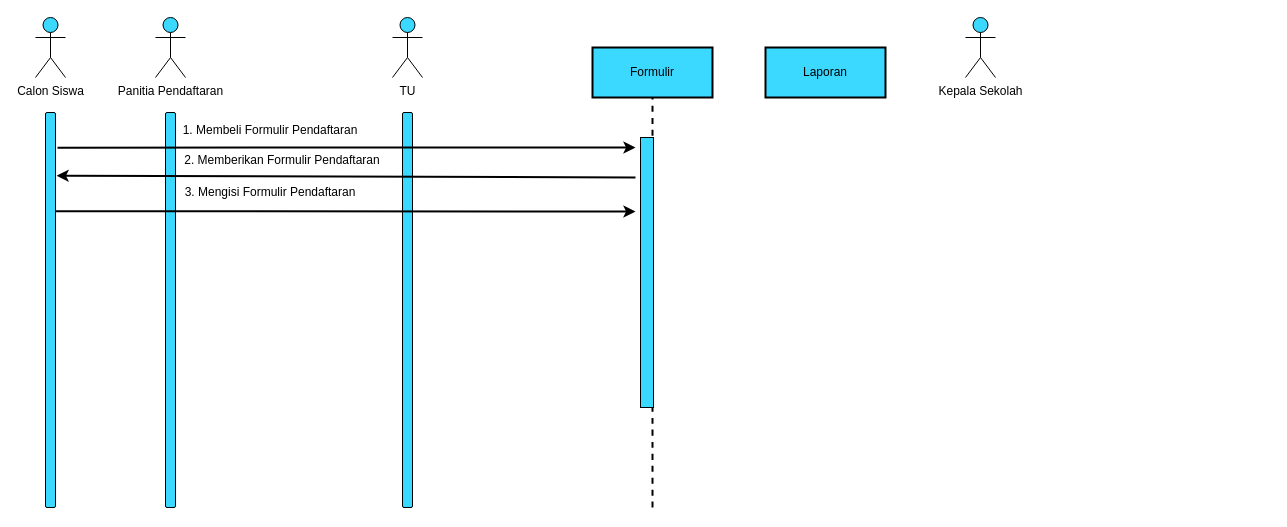
Before: sequence Diagram.drawio in danangsptro/register-vhs, a draw.io diagram. Source tidied: cells renumbered, new cells numbered last; positions are measured from the earlier drawing's top-left corner, leaving out a move shared by most shapes. Both pictures are drawn from the tidied source at 100%, with x=0, y=0 at pixel (-147, 17).
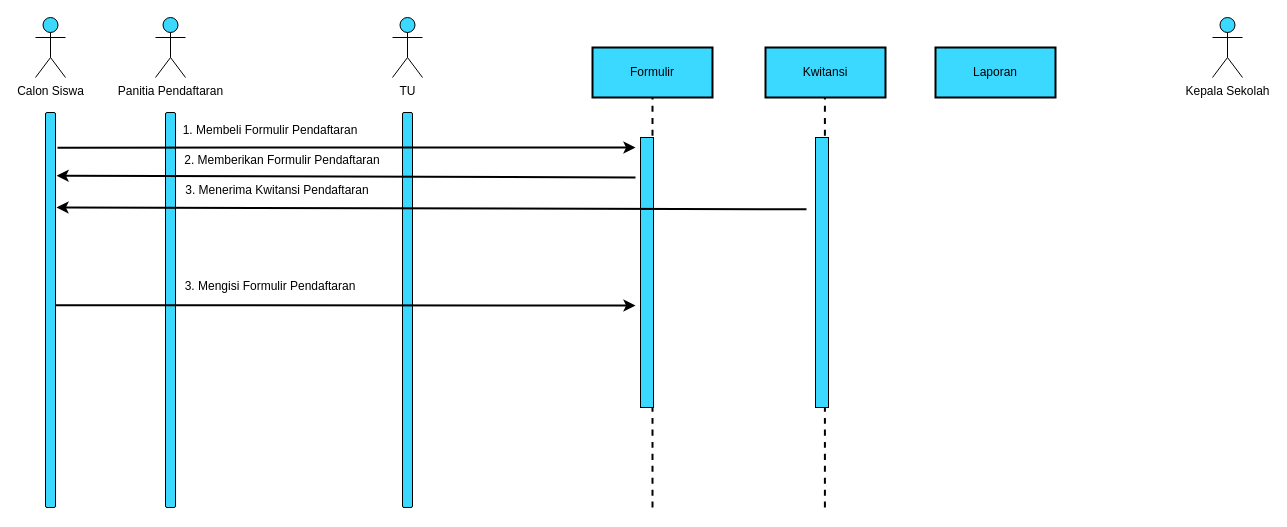
The same diagram, later.

The change refers to these unchanged cells:
```xml
<mxCell id="6" style="rounded=1;whiteSpace=wrap;html=1;fillColor=#3BD8FF;rotation=-90;" parent="1" vertex="1">
  <mxGeometry x="-0.5" y="287.5" width="395" height="10" as="geometry" />
</mxCell>
```

Diff of the diagram source:
```diff
@@
     <mxCell id="5" value="Kepala Sekolah" style="shape=umlActor;verticalLabelPosition=bottom;verticalAlign=top;html=1;fillColor=#3BD8FF;" parent="1" vertex="1">
-      <mxGeometry x="1112" width="30" height="60" as="geometry" />
+      <mxGeometry x="1359" width="30" height="60" as="geometry" />
     </mxCell>
@@
     <mxCell id="10" value="Laporan" style="rounded=0;whiteSpace=wrap;html=1;fillColor=#3BD8FF;strokeWidth=2;" parent="1" vertex="1">
-      <mxGeometry x="912" y="30" width="120" height="50" as="geometry" />
+      <mxGeometry x="1082" y="30" width="120" height="50" as="geometry" />
     </mxCell>
@@
-    <mxCell id="15" style="endArrow=classic;html=1;rounded=0;exitX=0.75;exitY=1;exitDx=0;exitDy=0;strokeWidth=2;" parent="1" edge="1" source="6">
+    <mxCell id="15" style="endArrow=classic;html=1;rounded=0;exitX=0.75;exitY=1;exitDx=0;exitDy=0;strokeWidth=2;" parent="1" edge="1">
       <mxGeometry relative="1" as="geometry">
-        <mxPoint x="782" y="194" as="targetPoint" />
+        <mxPoint x="202" y="287.8" as="sourcePoint" />
+        <mxPoint x="782" y="288" as="targetPoint" />
         <Array as="points">
-          <mxPoint x="742" y="194" />
+          <mxPoint x="742" y="288" />
         </Array>
       </mxGeometry>
     </mxCell>
@@
     <mxCell id="17" value="3. Mengisi Formulir Pendaftaran" style="text;html=1;strokeColor=none;fillColor=none;align=center;verticalAlign=middle;whiteSpace=wrap;rounded=0;" parent="1" vertex="1">
-      <mxGeometry x="307" y="160" width="220" height="30" as="geometry" />
+      <mxGeometry x="307" y="254" width="220" height="30" as="geometry" />
     </mxCell>
@@
+    <mxCell id="19" value="Kwitansi" style="rounded=0;whiteSpace=wrap;html=1;fillColor=#3BD8FF;strokeWidth=2;" parent="1" vertex="1">
+      <mxGeometry x="912" y="30" width="120" height="50" as="geometry" />
+    </mxCell>
+    <mxCell id="20" style="endArrow=none;dashed=1;html=1;strokeColor=default;strokeWidth=2;curved=1;entryX=0.5;entryY=1;entryDx=0;entryDy=0;" parent="1" edge="1">
+      <mxGeometry relative="1" as="geometry">
+        <mxPoint x="971.4" y="490" as="sourcePoint" />
+        <mxPoint x="971.4" y="80" as="targetPoint" />
+      </mxGeometry>
+    </mxCell>
+    <mxCell id="21" style="rounded=0;whiteSpace=wrap;html=1;strokeWidth=1;fillColor=#3BD8FF;" parent="1" vertex="1">
+      <mxGeometry x="962" y="120" width="13" height="270" as="geometry" />
+    </mxCell>
+    <mxCell id="22" style="endArrow=classic;html=1;rounded=0;strokeWidth=2;" parent="1" edge="1">
+      <mxGeometry relative="1" as="geometry">
+        <mxPoint x="953" y="191.8" as="sourcePoint" />
+        <mxPoint x="203" y="190" as="targetPoint" />
+      </mxGeometry>
+    </mxCell>
+    <mxCell id="23" value="3. Menerima Kwitansi Pendaftaran" style="text;html=1;strokeColor=none;fillColor=none;align=center;verticalAlign=middle;whiteSpace=wrap;rounded=0;" parent="1" vertex="1">
+      <mxGeometry x="314" y="158" width="220" height="30" as="geometry" />
+    </mxCell>
```
